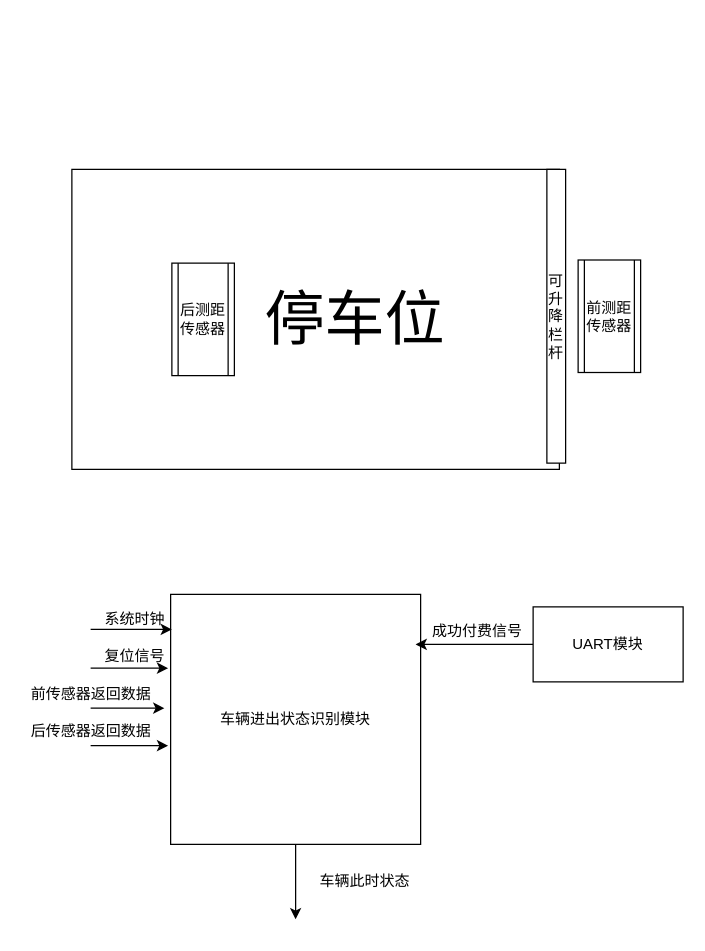
Above: page "Page-2" (2 of 3) of all system.drawio in wu-bai-guo/bi-ye-she-ji (draw.io), before the change. Source tidied: cells renumbered, new cells numbered last; positions are measured from the earlier drawing's top-left corner, leaving out a move shared by most shapes. Both pictures are drawn from the tidied source at 125%, with x=0, y=0 at pixel (21, 169).
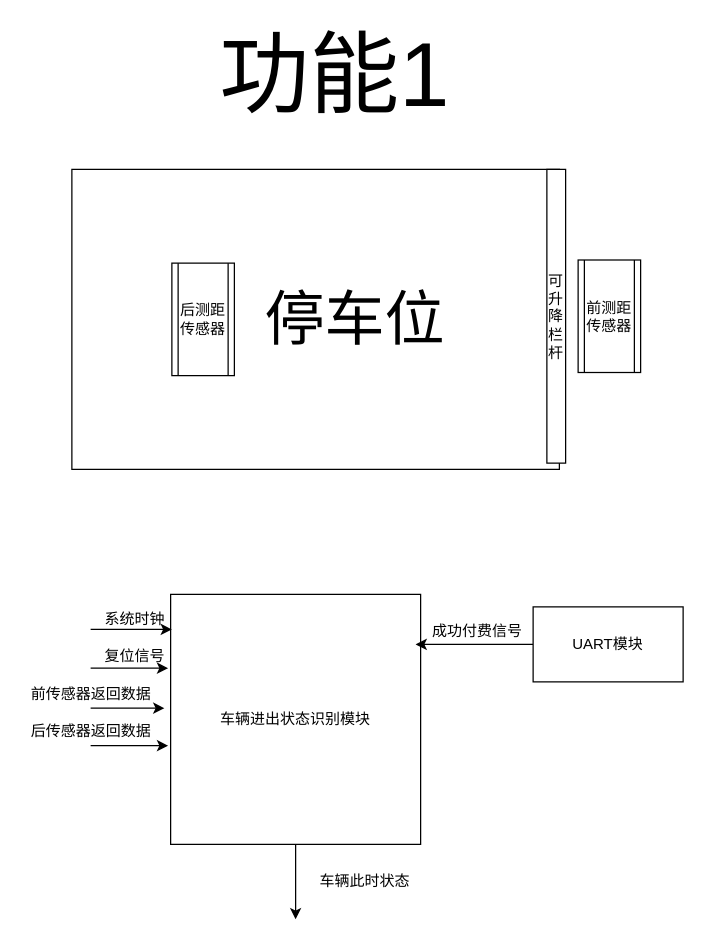
The same diagram, later.

The edit, as a diff of the source:
```diff
@@
+    <mxCell id="21" value="&lt;font style=&quot;font-size: 72px&quot;&gt;功能1&lt;/font&gt;" style="text;html=1;align=center;verticalAlign=middle;strokeColor=none;" parent="1" vertex="1">
+      <mxGeometry x="150" y="-90" width="200" height="30" as="geometry" />
+    </mxCell>
```
